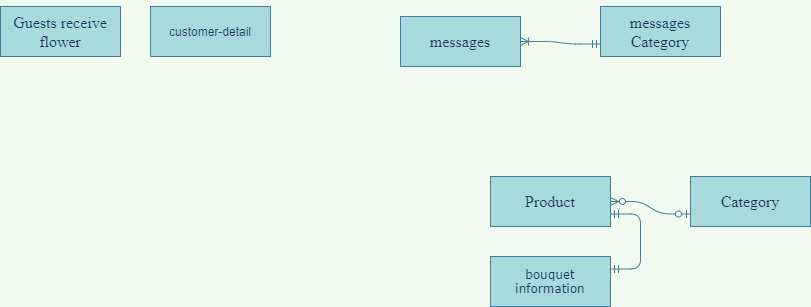
Above: Untitled Diagram.png in maialino123/Eproject-SEM3 (draw.io), before the change. Source tidied: cells renumbered, new cells last; positions are measured from the earlier drawing's top-left corner, leaving out a move shared by most shapes.
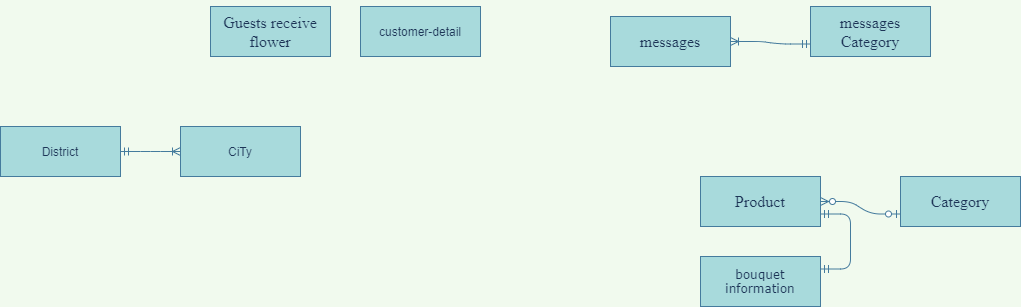
After the commit.

The edit, as a diff of the source:
```diff
@@ -32,5 +32,14 @@
     <mxCell id="11" style="edgeStyle=entityRelationEdgeStyle;fontSize=12;html=1;endArrow=ERoneToMany;startArrow=ERmandOne;fontColor=#1D3557;strokeColor=#457B9D;fillColor=#A8DADC;entryX=1;entryY=0.5;entryDx=0;entryDy=0;exitX=0;exitY=0.75;exitDx=0;exitDy=0;labelBackgroundColor=#F1FAEE;" parent="1" edge="1" source="10" target="4">
       <mxGeometry relative="1" as="geometry" />
     </mxCell>
+    <mxCell id="12" value="District" style="whiteSpace=wrap;html=1;align=center;rounded=0;sketch=0;fontColor=#1D3557;strokeColor=#457B9D;fillColor=#A8DADC;" parent="1" vertex="1">
+      <mxGeometry x="-210" y="120" width="120" height="50" as="geometry" />
+    </mxCell>
+    <mxCell id="13" value="CiTy" style="whiteSpace=wrap;html=1;align=center;rounded=0;sketch=0;fontColor=#1D3557;strokeColor=#457B9D;fillColor=#A8DADC;" parent="1" vertex="1">
+      <mxGeometry x="-30" y="120" width="120" height="50" as="geometry" />
+    </mxCell>
+    <mxCell id="14" style="edgeStyle=entityRelationEdgeStyle;fontSize=12;html=1;endArrow=ERoneToMany;startArrow=ERmandOne;fontColor=#1D3557;strokeColor=#457B9D;fillColor=#A8DADC;labelBackgroundColor=#F1FAEE;entryX=0;entryY=0.5;entryDx=0;entryDy=0;exitX=1;exitY=0.5;exitDx=0;exitDy=0;" parent="1" edge="1" source="12" target="13">
+      <mxGeometry relative="1" as="geometry" />
+    </mxCell>
   </root>
 </mxGraphModel>
```
